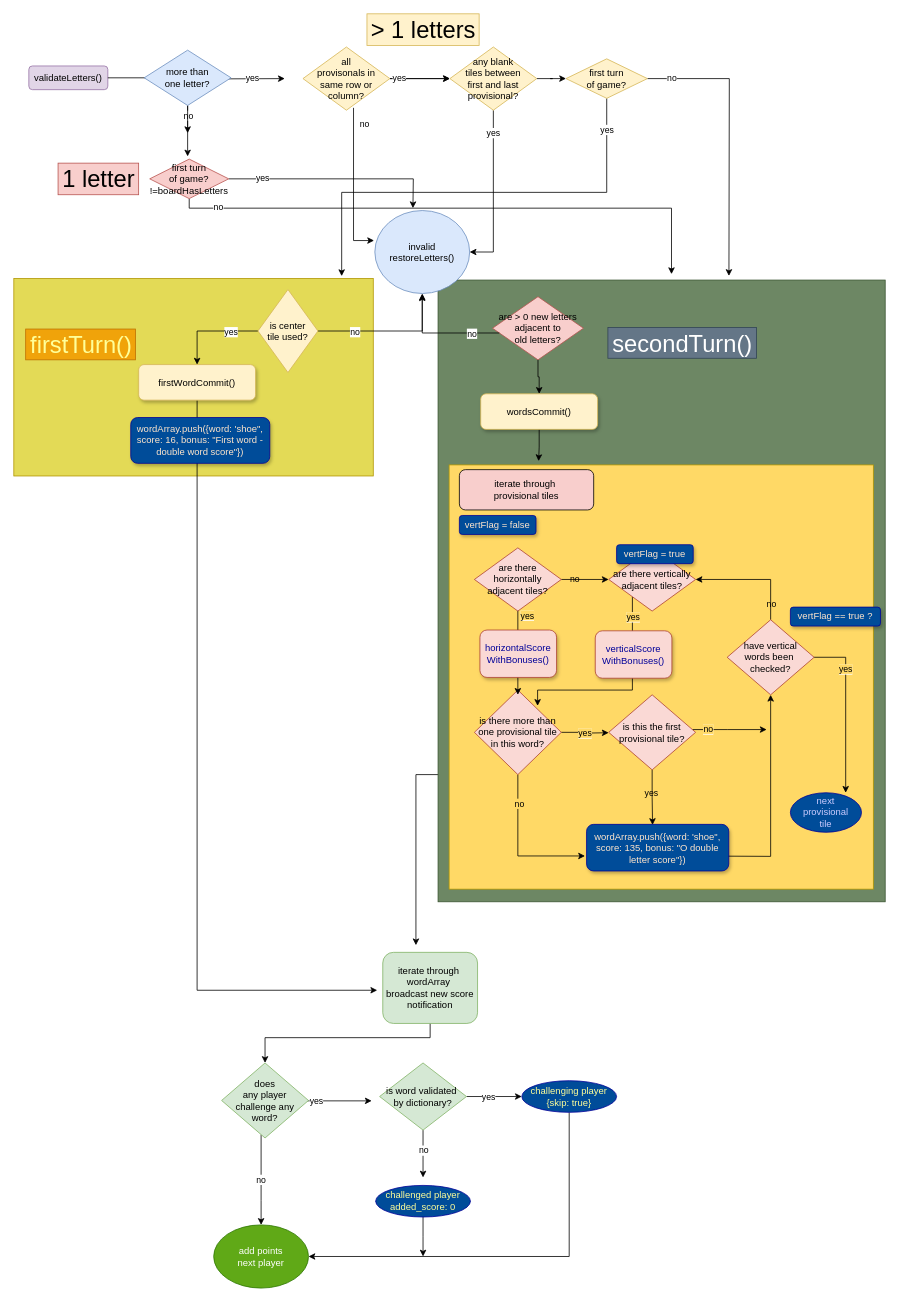
Earlier version of the draw.io diagram scrooble_scoring.drawio (davebenjoya/scrooble). Source tidied: cells renumbered, new cells numbered last; positions are measured from the earlier drawing's top-left corner, leaving out a move shared by most shapes. Both pictures are drawn from the tidied source at 79%, with x=0, y=0 at pixel (13, 13).
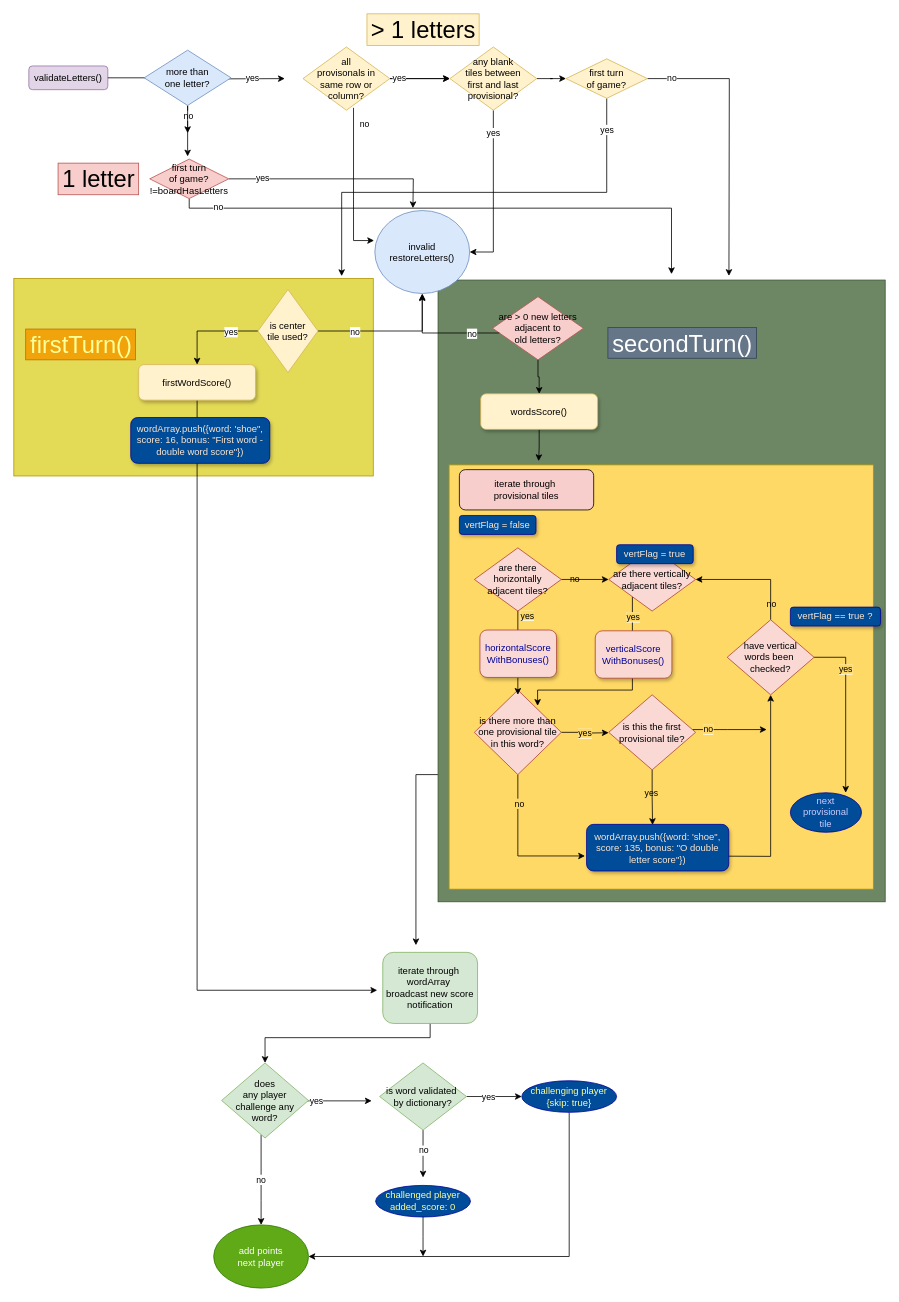
The same diagram, later.

What changed in the source:
```diff
@@
-    <mxCell id="64" value="&lt;font&gt;firstWordCommit()&lt;/font&gt;" style="rounded=1;whiteSpace=wrap;html=1;shadow=1;glass=0;sketch=0;strokeColor=#d6b656;fillColor=#fff2cc;" parent="1" vertex="1">
+    <mxCell id="64" value="&lt;font&gt;firstWordScore()&lt;/font&gt;" style="rounded=1;whiteSpace=wrap;html=1;shadow=1;glass=0;sketch=0;strokeColor=#d6b656;fillColor=#fff2cc;" parent="1" vertex="1">
       <mxGeometry x="158" y="444" width="148" height="45" as="geometry" />
     </mxCell>
@@
-    <mxCell id="100" value="&lt;font&gt;wordsCommit()&lt;/font&gt;" style="rounded=1;whiteSpace=wrap;html=1;shadow=1;glass=0;sketch=0;strokeColor=#d6b656;fillColor=#fff2cc;" parent="1" vertex="1">
+    <mxCell id="100" value="&lt;font&gt;wordsScore()&lt;/font&gt;" style="rounded=1;whiteSpace=wrap;html=1;shadow=1;glass=0;sketch=0;strokeColor=#d6b656;fillColor=#fff2cc;" parent="1" vertex="1">
       <mxGeometry x="591" y="481" width="148" height="45" as="geometry" />
     </mxCell>
```
